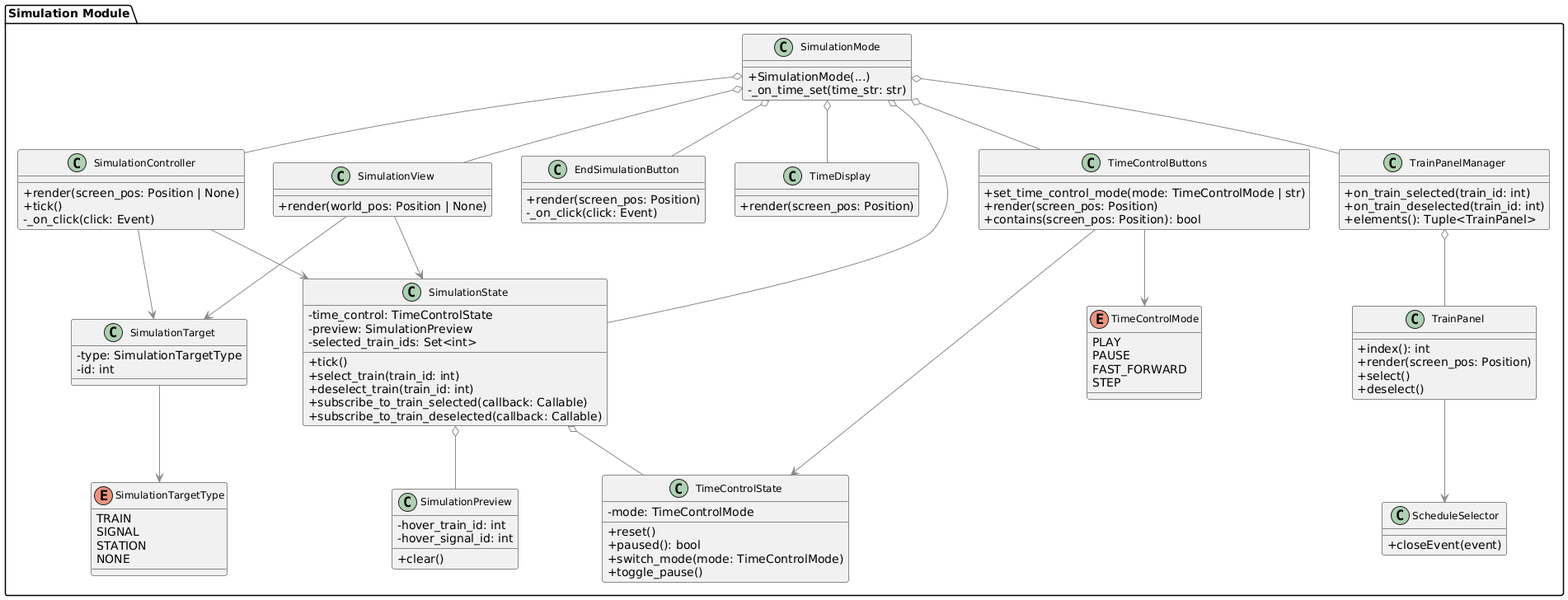
This is dokumentacio/impl/app_architecture/simulation_module_uml.png from danielramel/rail_network_engine, a PlantUML export, as it was before one commit.
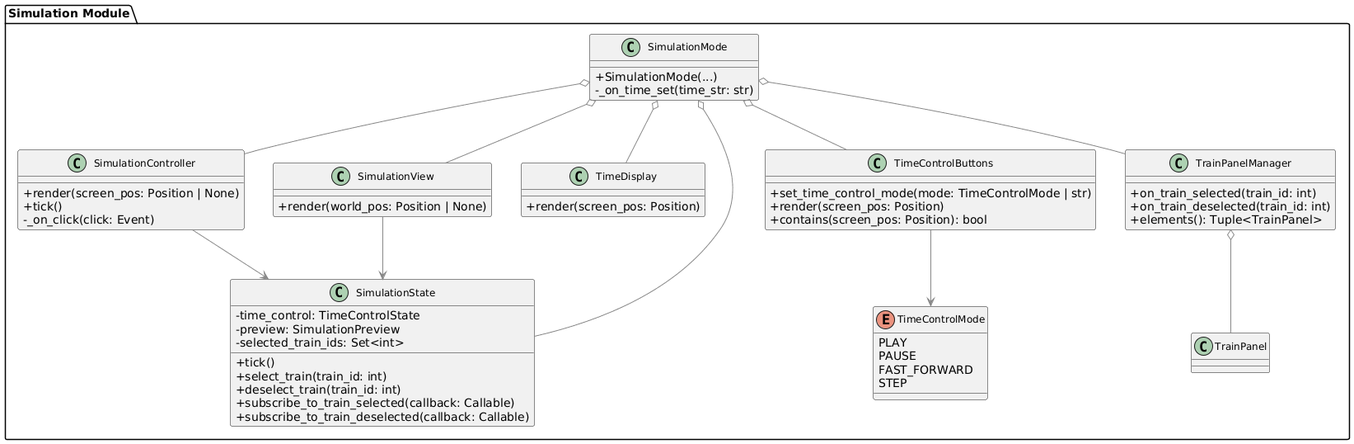
The same file after the commit.

Change to the diagram source:
```diff
@@ -20,10 +20,6 @@
     +render(world_pos: Position | None)
   }
 
-  class EndSimulationButton {
-    +render(screen_pos: Position)
-    -_on_click(click: Event)
-  }
 
   class TimeDisplay {
     +render(screen_pos: Position)
@@ -42,19 +38,6 @@
     STEP
   }
 
-  class TimeControlState {
-    +reset()
-    +paused(): bool
-    +switch_mode(mode: TimeControlMode)
-    +toggle_pause()
-    -mode: TimeControlMode
-  }
-
-  class SimulationPreview {
-    +clear()
-    -hover_train_id: int
-    -hover_signal_id: int
-  }
 
   class SimulationState {
     +tick()
@@ -67,17 +50,6 @@
     -selected_train_ids: Set<int>
   }
 
-  enum SimulationTargetType {
-    TRAIN
-    SIGNAL
-    STATION
-    NONE
-  }
-
-  class SimulationTarget {
-    -type: SimulationTargetType
-    -id: int
-  }
 
   class TrainPanelManager {
     +on_train_selected(train_id: int)
@@ -85,16 +57,7 @@
     +elements(): Tuple<TrainPanel>
   }
 
-  class TrainPanel {
-    +index(): int
-    +render(screen_pos: Position)
-    +select()
-    +deselect()
-  }
-
-  class ScheduleSelector {
-    +closeEvent(event)
-  }
+  class TrainPanel
 }
 
 SimulationMode o-- SimulationState
@@ -102,22 +65,12 @@
 SimulationMode o-- SimulationView
 SimulationMode o-- TimeDisplay
 SimulationMode o-- TimeControlButtons
-SimulationMode o-- EndSimulationButton
 SimulationMode o-- TrainPanelManager
 
 SimulationController --> SimulationState
 SimulationView --> SimulationState
 
-TimeControlButtons --> TimeControlState
 TimeControlButtons --> TimeControlMode
 
-SimulationState o-- TimeControlState
-SimulationState o-- SimulationPreview
-
 TrainPanelManager o-- TrainPanel
-TrainPanel --> ScheduleSelector
-
-SimulationController --> SimulationTarget
-SimulationView --> SimulationTarget
-SimulationTarget --> SimulationTargetType
 @enduml
```
